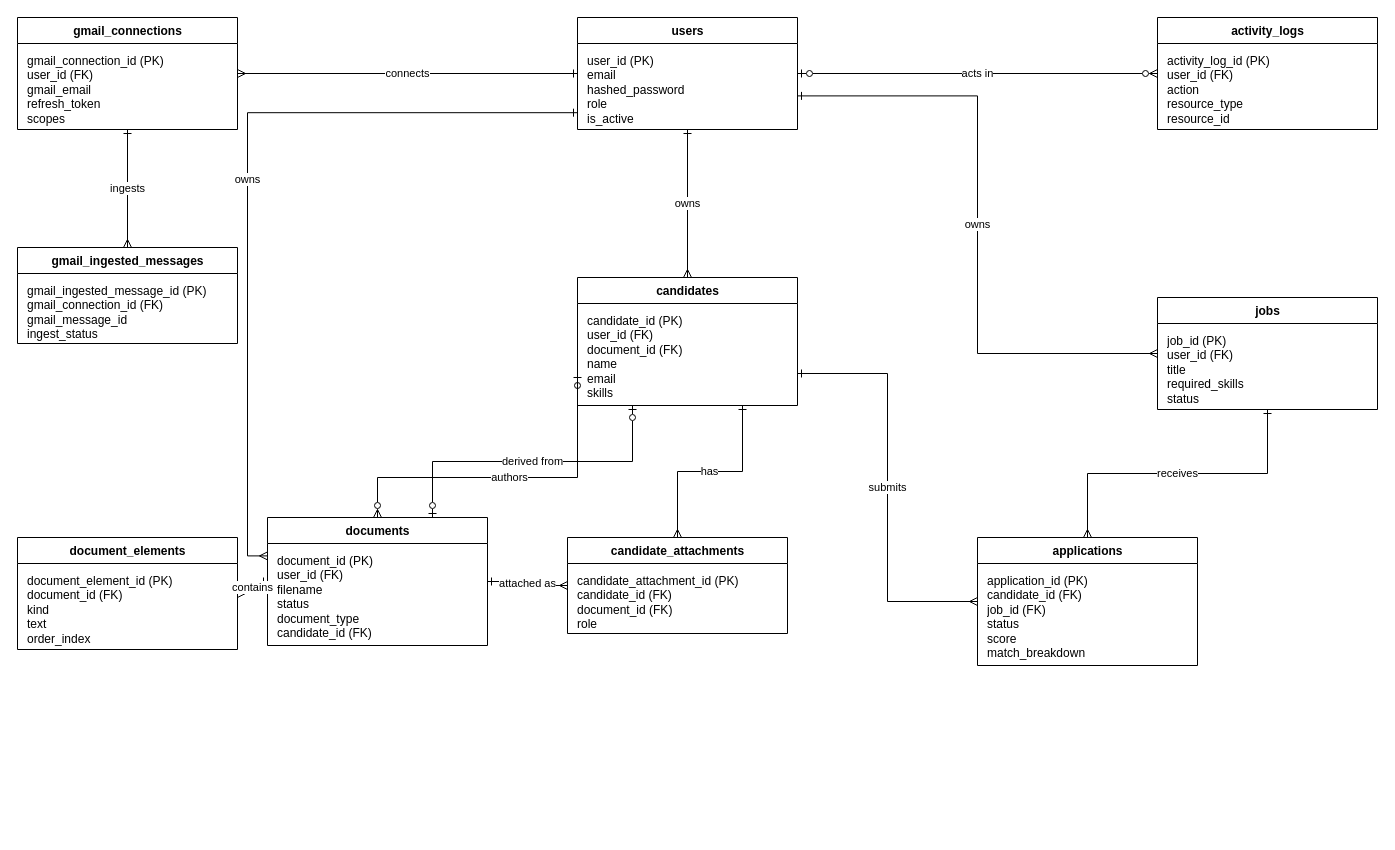
zainulhassan815/fyp-docs-draft keeps this draw.io diagram as diagrams/erd.drawio. Above is the earlier version. Source tidied: cells renumbered, new cells numbered last; positions are measured from the earlier drawing's top-left corner, leaving out a move shared by most shapes. Both pictures are drawn from the tidied source at 100%, with x=0, y=0 at pixel (17, 17).
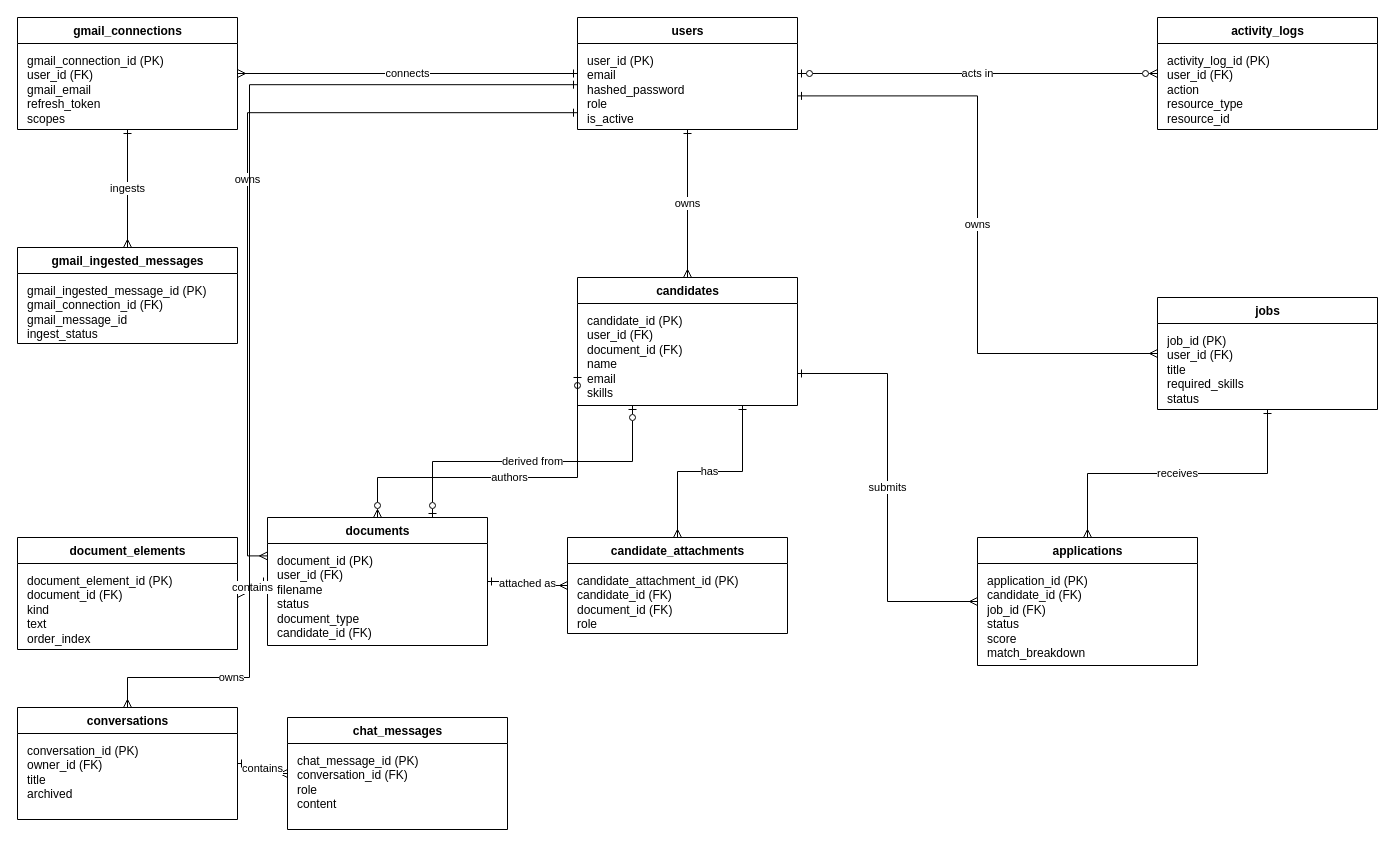
After the change.

The change refers to these unchanged cells:
```xml
<mxCell id="6" value="users" style="swimlane;fontStyle=1;align=center;verticalAlign=top;horizontal=1;startSize=26;html=1;fillColor=#ffffff;strokeColor=#000000;fontColor=#000000;" parent="1" vertex="1">
  <mxGeometry x="560" width="220" height="112" as="geometry" />
</mxCell>
```

Diff of the diagram source:
```diff
@@
+    <mxCell id="35" value="conversations" style="swimlane;fontStyle=1;align=center;verticalAlign=top;horizontal=1;startSize=26;html=1;fillColor=#ffffff;strokeColor=#000000;fontColor=#000000;" parent="1" vertex="1">
+      <mxGeometry y="690" width="220" height="112" as="geometry" />
+    </mxCell>
+    <mxCell id="36" value="conversation_id (PK)&#10;owner_id (FK)&#10;title&#10;archived" style="text;strokeColor=none;fillColor=none;align=left;verticalAlign=top;spacingLeft=8;spacingTop=4;overflow=hidden;html=1;whiteSpace=wrap;fontColor=#000000;" parent="35" vertex="1">
+      <mxGeometry y="26" width="220" height="86" as="geometry" />
+    </mxCell>
+    <mxCell id="37" value="chat_messages" style="swimlane;fontStyle=1;align=center;verticalAlign=top;horizontal=1;startSize=26;html=1;fillColor=#ffffff;strokeColor=#000000;fontColor=#000000;" parent="1" vertex="1">
+      <mxGeometry x="270" y="700" width="220" height="112" as="geometry" />
+    </mxCell>
+    <mxCell id="38" value="chat_message_id (PK)&#10;conversation_id (FK)&#10;role&#10;content" style="text;strokeColor=none;fillColor=none;align=left;verticalAlign=top;spacingLeft=8;spacingTop=4;overflow=hidden;html=1;whiteSpace=wrap;fontColor=#000000;" parent="37" vertex="1">
+      <mxGeometry y="26" width="220" height="86" as="geometry" />
+    </mxCell>
+    <mxCell id="39" value="owns" style="edgeStyle=orthogonalEdgeStyle;rounded=0;html=1;fontSize=11;fontColor=#000000;strokeColor=#000000;startArrow=ERone;startFill=0;endArrow=ERmany;endFill=0;exitX=0;exitY=0.6;exitDx=0;exitDy=0;entryX=0.5;entryY=0;entryDx=0;entryDy=0;" parent="1" edge="1" source="6" target="35">
+      <mxGeometry x="0.75" relative="1" as="geometry">
+        <Array as="points">
+          <mxPoint x="232" y="67" />
+          <mxPoint x="232" y="660" />
+          <mxPoint x="110" y="660" />
+        </Array>
+      </mxGeometry>
+    </mxCell>
+    <mxCell id="40" value="contains" style="edgeStyle=orthogonalEdgeStyle;rounded=0;html=1;fontSize=11;fontColor=#000000;strokeColor=#000000;startArrow=ERone;startFill=0;endArrow=ERmany;endFill=0;exitX=1;exitY=0.5;exitDx=0;exitDy=0;entryX=0;entryY=0.5;entryDx=0;entryDy=0;" parent="1" edge="1" source="35" target="37">
+      <mxGeometry relative="1" as="geometry" />
+    </mxCell>
```
